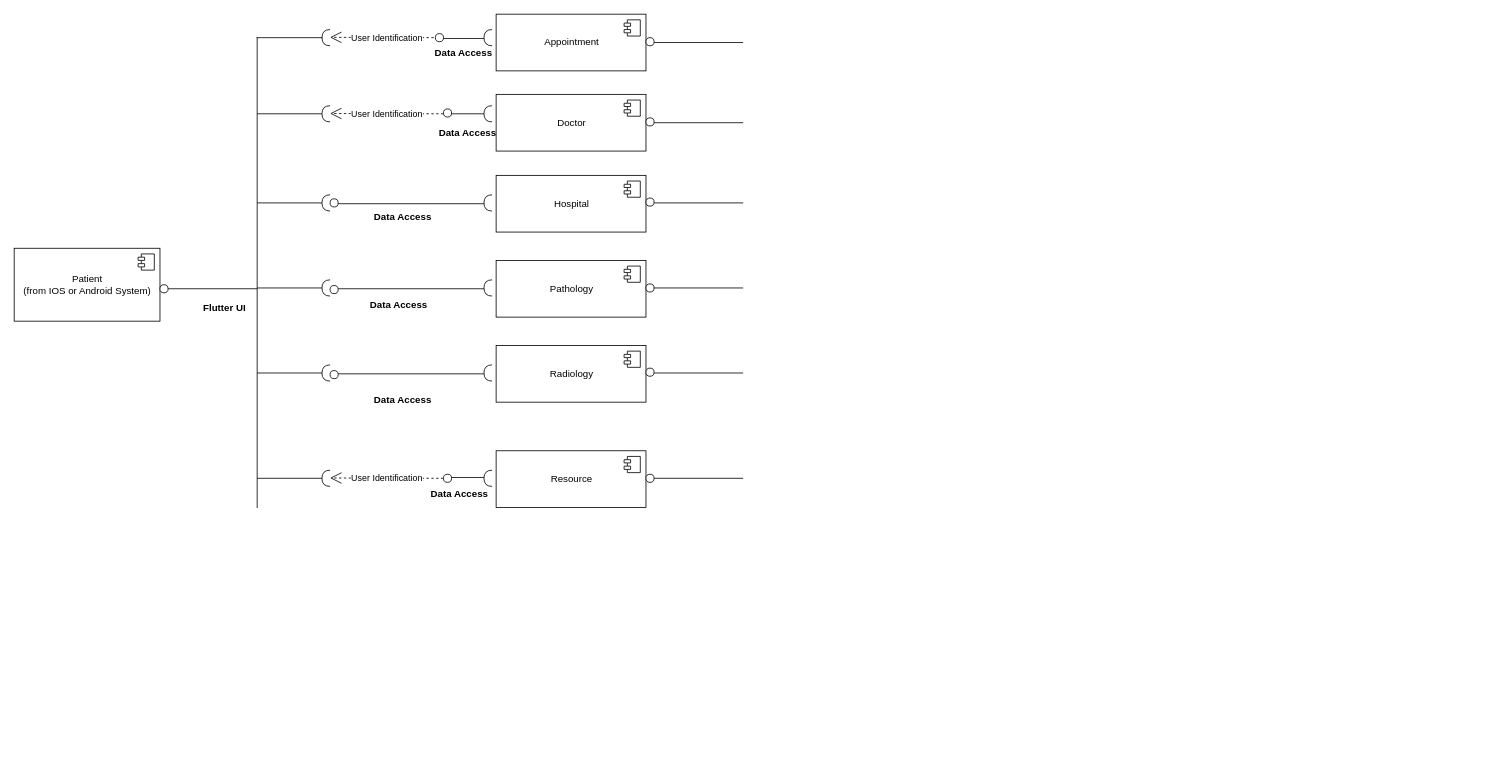
Earlier version of the draw.io diagram frontend/Untitled Diagram.drawio (matthewchen94/Medsec). Source tidied: cells renumbered, new cells numbered last; positions are measured from the earlier drawing's top-left corner, leaving out a move shared by most shapes. Both pictures are drawn from the tidied source at 81%, with x=0, y=0 at pixel (14, 14).
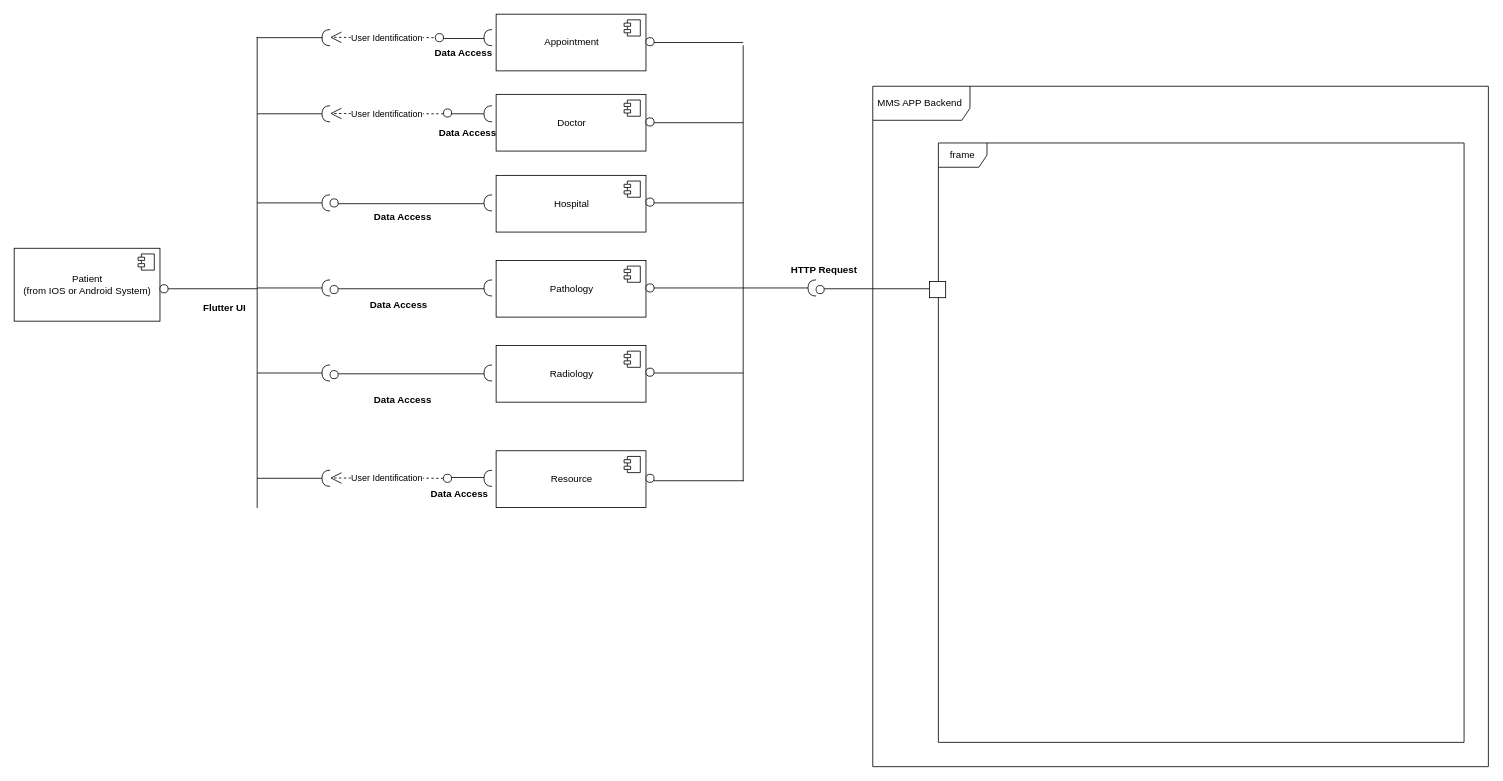
The same page after the edit.

Change to the diagram source:
```diff
@@
-    <mxCell id="58" style="line;strokeWidth=1;fillColor=none;align=left;verticalAlign=middle;spacingTop=-1;spacingLeft=3;spacingRight=3;labelPosition=right;" parent="1" vertex="1">
-      <mxGeometry x="790" y="569" width="110" height="8" as="geometry" />
-    </mxCell>
@@
+    <mxCell id="70" style="shape=partialRectangle;whiteSpace=wrap;html=1;bottom=0;right=0;fillColor=none;direction=west;" parent="1" vertex="1">
+      <mxGeometry x="790" y="39" width="110" height="537" as="geometry" />
+    </mxCell>
+    <mxCell id="71" style="shape=requiredInterface;html=1;verticalLabelPosition=bottom;direction=west;" parent="1" vertex="1">
+      <mxGeometry x="980" y="328" width="10" height="20" as="geometry" />
+    </mxCell>
+    <mxCell id="72" style="line;strokeWidth=1;fillColor=none;align=left;verticalAlign=middle;spacingTop=-1;spacingLeft=3;spacingRight=3;labelPosition=right;" parent="1" vertex="1">
+      <mxGeometry x="900" y="334" width="80" height="8" as="geometry" />
+    </mxCell>
+    <mxCell id="73" style="shape=mxgraph.bpmn.shape;html=1;verticalLabelPosition=bottom;labelBackgroundColor=#ffffff;verticalAlign=top;align=center;perimeter=ellipsePerimeter;outline=standard;symbol=general;" parent="1" vertex="1">
+      <mxGeometry x="990" y="335" width="10" height="10" as="geometry" />
+    </mxCell>
+    <mxCell id="74" style="line;strokeWidth=1;fillColor=none;align=left;verticalAlign=middle;spacingTop=-1;spacingLeft=3;spacingRight=3;labelPosition=right;" parent="1" vertex="1">
+      <mxGeometry x="1000" y="335" width="60" height="8" as="geometry" />
+    </mxCell>
+    <mxCell id="75" value="HTTP Request" style="text;align=center;fontStyle=1;verticalAlign=middle;spacingLeft=3;spacingRight=3;strokeColor=none;" parent="1" vertex="1">
+      <mxGeometry x="960" y="302" width="80" height="26" as="geometry" />
+    </mxCell>
+    <mxCell id="76" value="MMS APP Backend&amp;nbsp;" style="shape=umlFrame;whiteSpace=wrap;html=1;width=120;height=42;" parent="1" vertex="1">
+      <mxGeometry x="1060" y="89" width="760" height="840" as="geometry" />
+    </mxCell>
+    <mxCell id="77" value="frame" style="shape=umlFrame;whiteSpace=wrap;html=1;" parent="1" vertex="1">
+      <mxGeometry x="1141" y="159" width="649" height="740" as="geometry" />
+    </mxCell>
+    <mxCell id="78" style="line;strokeWidth=1;fillColor=none;align=left;verticalAlign=middle;spacingTop=-1;spacingLeft=3;spacingRight=3;labelPosition=right;" parent="1" vertex="1">
+      <mxGeometry x="1060" y="335" width="70" height="8" as="geometry" />
+    </mxCell>
+    <mxCell id="79" style="html=1;" parent="1" vertex="1">
+      <mxGeometry x="1130" y="330" width="20" height="20" as="geometry" />
+    </mxCell>
```
